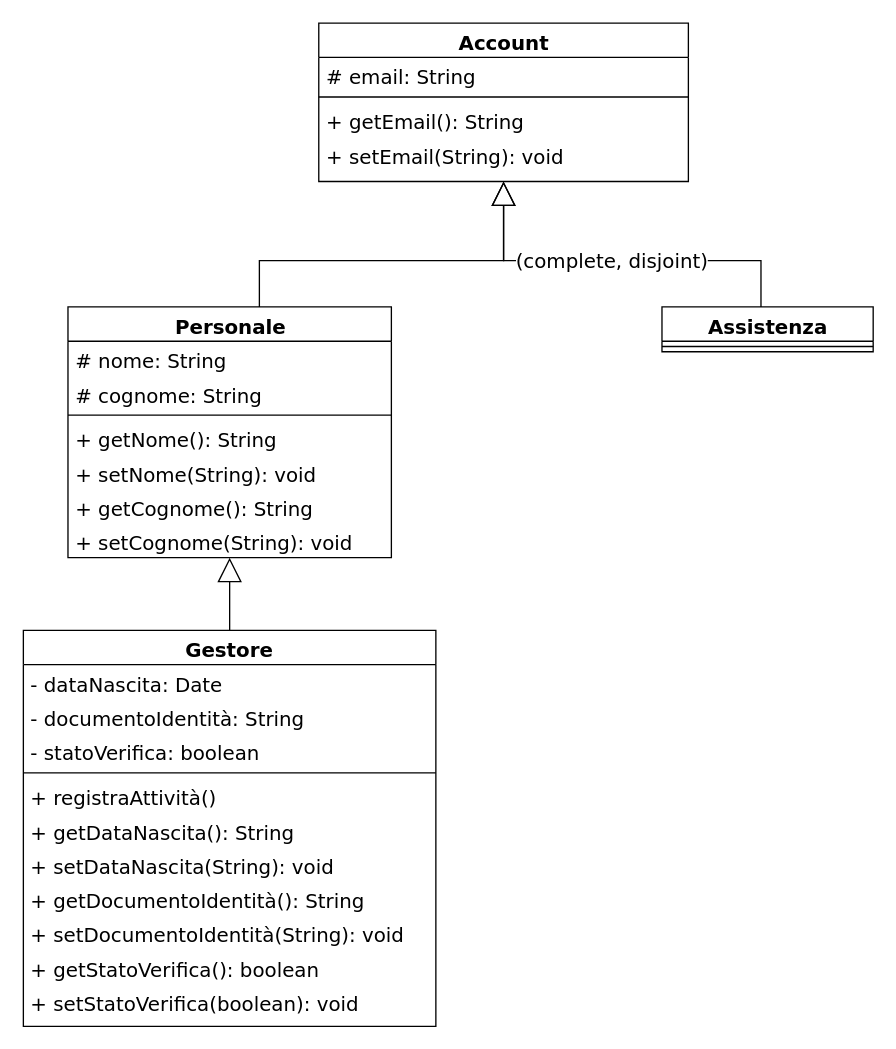
The draw.io diagram page "Account" (2 of 5) of dettaglioClassi.drawio in Marco-Burattoni/Progetto-ids, before the edit. Source tidied: cells renumbered, new cells numbered last; positions are measured from the earlier drawing's top-left corner, leaving out a move shared by most shapes. Both pictures are drawn from the tidied source at 132%, with x=0, y=0 at pixel (22, 22).
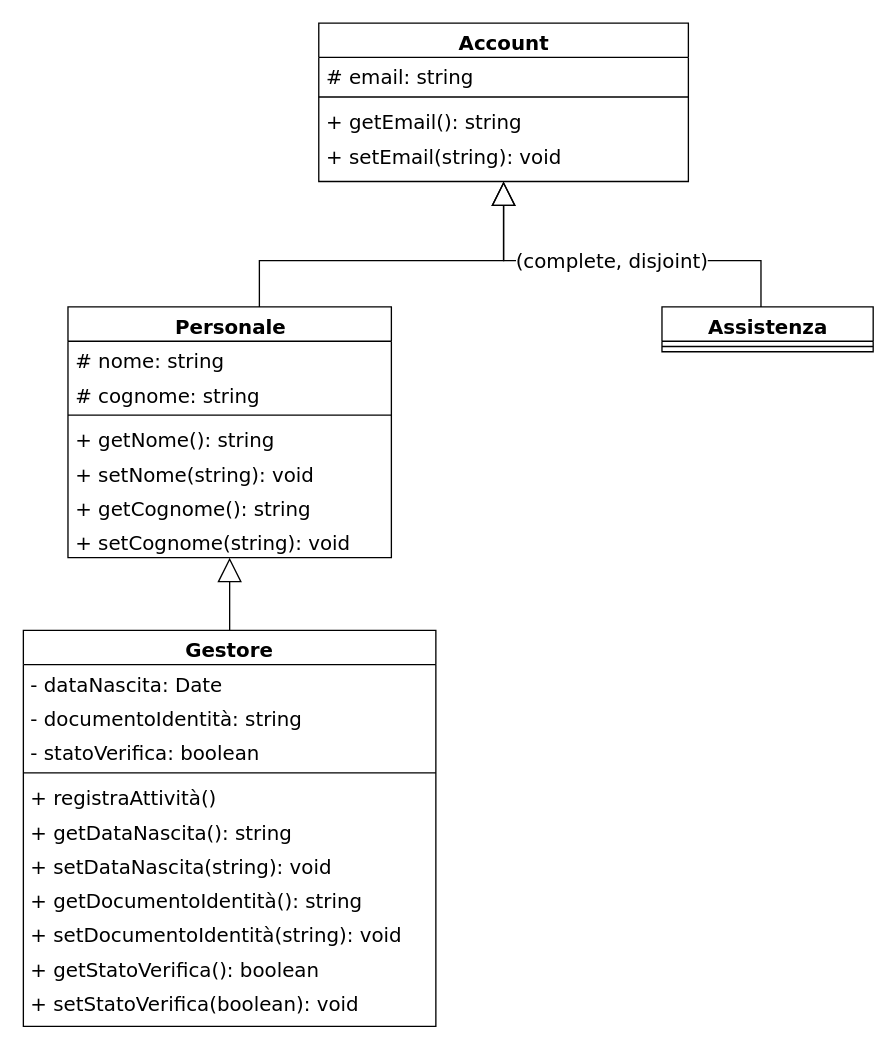
The same diagram, later.

The change refers to these unchanged cells:
```xml
<mxCell id="2" value="Personale" style="swimlane;html=1;fontStyle=1;align=center;verticalAlign=top;horizontal=1;startSize=26;swimlaneFillColor=#ffffff;rounded=0;shadow=0;comic=0;labelBackgroundColor=none;strokeWidth=1;fillColor=none;fontFamily=Verdana;fontSize=15;" parent="1" vertex="1">
  <mxGeometry x="34" y="215" width="245" height="190" as="geometry" />
</mxCell>
<mxCell id="10" value="Gestore" style="swimlane;html=1;fontStyle=1;align=center;verticalAlign=top;horizontal=1;startSize=26;swimlaneFillColor=#ffffff;rounded=0;shadow=0;comic=0;labelBackgroundColor=none;strokeWidth=1;fillColor=none;fontFamily=Verdana;fontSize=15;" parent="1" vertex="1">
  <mxGeometry x="0.2" y="460" width="312.5" height="300" as="geometry" />
</mxCell>
<mxCell id="22" value="Account" style="swimlane;html=1;fontStyle=1;align=center;verticalAlign=top;horizontal=1;startSize=26;swimlaneFillColor=#ffffff;rounded=0;shadow=0;comic=0;labelBackgroundColor=none;strokeWidth=1;fillColor=none;fontFamily=Verdana;fontSize=15;" parent="1" vertex="1">
  <mxGeometry x="224" width="280" height="120" as="geometry" />
</mxCell>
```

Diff of the diagram source:
```diff
@@
-    <mxCell id="3" value="# nome: String" style="text;html=1;strokeColor=none;fillColor=none;align=left;verticalAlign=top;spacingLeft=4;spacingRight=4;whiteSpace=wrap;overflow=hidden;fontSize=15;fontFamily=Verdana;" parent="2" vertex="1">
+    <mxCell id="3" value="# nome: string" style="text;html=1;strokeColor=none;fillColor=none;align=left;verticalAlign=top;spacingLeft=4;spacingRight=4;whiteSpace=wrap;overflow=hidden;fontSize=15;fontFamily=Verdana;" parent="2" vertex="1">
       <mxGeometry y="26" width="245" height="26" as="geometry" />
     </mxCell>
-    <mxCell id="4" value="# cognome: String" style="text;html=1;strokeColor=none;fillColor=none;align=left;verticalAlign=top;spacingLeft=4;spacingRight=4;whiteSpace=wrap;overflow=hidden;fontSize=15;fontFamily=Verdana;" parent="2" vertex="1">
+    <mxCell id="4" value="# cognome: string" style="text;html=1;strokeColor=none;fillColor=none;align=left;verticalAlign=top;spacingLeft=4;spacingRight=4;whiteSpace=wrap;overflow=hidden;fontSize=15;fontFamily=Verdana;" parent="2" vertex="1">
       <mxGeometry y="52" width="245" height="26" as="geometry" />
     </mxCell>
@@
-    <mxCell id="6" value="+ getNome(): String" style="text;html=1;strokeColor=none;fillColor=none;align=left;verticalAlign=top;spacingLeft=4;spacingRight=4;whiteSpace=wrap;overflow=hidden;fontSize=15;fontFamily=Verdana;" parent="2" vertex="1">
+    <mxCell id="6" value="+ getNome(): string" style="text;html=1;strokeColor=none;fillColor=none;align=left;verticalAlign=top;spacingLeft=4;spacingRight=4;whiteSpace=wrap;overflow=hidden;fontSize=15;fontFamily=Verdana;" parent="2" vertex="1">
       <mxGeometry y="86" width="245" height="26" as="geometry" />
     </mxCell>
-    <mxCell id="7" value="+ setNome(String): void" style="text;html=1;strokeColor=none;fillColor=none;align=left;verticalAlign=top;spacingLeft=4;spacingRight=4;whiteSpace=wrap;overflow=hidden;fontSize=15;fontFamily=Verdana;" parent="2" vertex="1">
+    <mxCell id="7" value="+ setNome(string): void" style="text;html=1;strokeColor=none;fillColor=none;align=left;verticalAlign=top;spacingLeft=4;spacingRight=4;whiteSpace=wrap;overflow=hidden;fontSize=15;fontFamily=Verdana;" parent="2" vertex="1">
       <mxGeometry y="112" width="245" height="26" as="geometry" />
     </mxCell>
-    <mxCell id="8" value="+ getCognome(): String" style="text;html=1;strokeColor=none;fillColor=none;align=left;verticalAlign=top;spacingLeft=4;spacingRight=4;whiteSpace=wrap;overflow=hidden;fontSize=15;fontFamily=Verdana;" parent="2" vertex="1">
+    <mxCell id="8" value="+ getCognome(): string" style="text;html=1;strokeColor=none;fillColor=none;align=left;verticalAlign=top;spacingLeft=4;spacingRight=4;whiteSpace=wrap;overflow=hidden;fontSize=15;fontFamily=Verdana;" parent="2" vertex="1">
       <mxGeometry y="138" width="245" height="26" as="geometry" />
     </mxCell>
-    <mxCell id="9" value="+ setCognome(String): void" style="text;html=1;strokeColor=none;fillColor=none;align=left;verticalAlign=top;spacingLeft=4;spacingRight=4;whiteSpace=wrap;overflow=hidden;fontSize=15;fontFamily=Verdana;" parent="2" vertex="1">
+    <mxCell id="9" value="+ setCognome(string): void" style="text;html=1;strokeColor=none;fillColor=none;align=left;verticalAlign=top;spacingLeft=4;spacingRight=4;whiteSpace=wrap;overflow=hidden;fontSize=15;fontFamily=Verdana;" parent="2" vertex="1">
       <mxGeometry y="164" width="245" height="26" as="geometry" />
     </mxCell>
@@
-    <mxCell id="12" value="- documentoIdentità: String" style="text;html=1;strokeColor=none;fillColor=none;align=left;verticalAlign=top;spacingLeft=4;spacingRight=4;whiteSpace=wrap;overflow=hidden;fontSize=15;fontFamily=Verdana;" parent="10" vertex="1">
+    <mxCell id="12" value="- documentoIdentità: string" style="text;html=1;strokeColor=none;fillColor=none;align=left;verticalAlign=top;spacingLeft=4;spacingRight=4;whiteSpace=wrap;overflow=hidden;fontSize=15;fontFamily=Verdana;" parent="10" vertex="1">
       <mxGeometry y="52" width="312.5" height="26" as="geometry" />
     </mxCell>
@@
-    <mxCell id="16" value="+ getDataNascita(): String" style="text;html=1;strokeColor=none;fillColor=none;align=left;verticalAlign=top;spacingLeft=4;spacingRight=4;whiteSpace=wrap;overflow=hidden;fontSize=15;fontFamily=Verdana;" parent="10" vertex="1">
+    <mxCell id="16" value="+ getDataNascita(): string" style="text;html=1;strokeColor=none;fillColor=none;align=left;verticalAlign=top;spacingLeft=4;spacingRight=4;whiteSpace=wrap;overflow=hidden;fontSize=15;fontFamily=Verdana;" parent="10" vertex="1">
       <mxGeometry y="138" width="312.5" height="26" as="geometry" />
     </mxCell>
-    <mxCell id="17" value="+ setDataNascita(String): void" style="text;html=1;strokeColor=none;fillColor=none;align=left;verticalAlign=top;spacingLeft=4;spacingRight=4;whiteSpace=wrap;overflow=hidden;fontSize=15;fontFamily=Verdana;" parent="10" vertex="1">
+    <mxCell id="17" value="+ setDataNascita(string): void" style="text;html=1;strokeColor=none;fillColor=none;align=left;verticalAlign=top;spacingLeft=4;spacingRight=4;whiteSpace=wrap;overflow=hidden;fontSize=15;fontFamily=Verdana;" parent="10" vertex="1">
       <mxGeometry y="164" width="312.5" height="26" as="geometry" />
     </mxCell>
-    <mxCell id="18" value="+ getDocumentoIdentità(): String" style="text;html=1;strokeColor=none;fillColor=none;align=left;verticalAlign=top;spacingLeft=4;spacingRight=4;whiteSpace=wrap;overflow=hidden;fontSize=15;fontFamily=Verdana;" parent="10" vertex="1">
+    <mxCell id="18" value="+ getDocumentoIdentità(): string" style="text;html=1;strokeColor=none;fillColor=none;align=left;verticalAlign=top;spacingLeft=4;spacingRight=4;whiteSpace=wrap;overflow=hidden;fontSize=15;fontFamily=Verdana;" parent="10" vertex="1">
       <mxGeometry y="190" width="312.5" height="26" as="geometry" />
     </mxCell>
-    <mxCell id="19" value="+ setDocumentoIdentità(String): void" style="text;html=1;strokeColor=none;fillColor=none;align=left;verticalAlign=top;spacingLeft=4;spacingRight=4;whiteSpace=wrap;overflow=hidden;fontSize=15;fontFamily=Verdana;" parent="10" vertex="1">
+    <mxCell id="19" value="+ setDocumentoIdentità(string): void" style="text;html=1;strokeColor=none;fillColor=none;align=left;verticalAlign=top;spacingLeft=4;spacingRight=4;whiteSpace=wrap;overflow=hidden;fontSize=15;fontFamily=Verdana;" parent="10" vertex="1">
       <mxGeometry y="216" width="312.5" height="26" as="geometry" />
     </mxCell>
@@
-    <mxCell id="23" value="# email: String" style="text;html=1;strokeColor=none;fillColor=none;align=left;verticalAlign=top;spacingLeft=4;spacingRight=4;whiteSpace=wrap;overflow=hidden;fontSize=15;fontFamily=Verdana;" parent="22" vertex="1">
+    <mxCell id="23" value="# email: string" style="text;html=1;strokeColor=none;fillColor=none;align=left;verticalAlign=top;spacingLeft=4;spacingRight=4;whiteSpace=wrap;overflow=hidden;fontSize=15;fontFamily=Verdana;" parent="22" vertex="1">
       <mxGeometry y="26" width="280" height="26" as="geometry" />
     </mxCell>
@@
-    <mxCell id="25" value="+ getEmail(): String" style="text;html=1;strokeColor=none;fillColor=none;align=left;verticalAlign=top;spacingLeft=4;spacingRight=4;whiteSpace=wrap;overflow=hidden;fontSize=15;fontFamily=Verdana;" parent="22" vertex="1">
+    <mxCell id="25" value="+ getEmail(): string" style="text;html=1;strokeColor=none;fillColor=none;align=left;verticalAlign=top;spacingLeft=4;spacingRight=4;whiteSpace=wrap;overflow=hidden;fontSize=15;fontFamily=Verdana;" parent="22" vertex="1">
       <mxGeometry y="60" width="280" height="26" as="geometry" />
     </mxCell>
-    <mxCell id="26" value="+ setEmail(String): void" style="text;html=1;strokeColor=none;fillColor=none;align=left;verticalAlign=top;spacingLeft=4;spacingRight=4;whiteSpace=wrap;overflow=hidden;fontSize=15;fontFamily=Verdana;" parent="22" vertex="1">
+    <mxCell id="26" value="+ setEmail(string): void" style="text;html=1;strokeColor=none;fillColor=none;align=left;verticalAlign=top;spacingLeft=4;spacingRight=4;whiteSpace=wrap;overflow=hidden;fontSize=15;fontFamily=Verdana;" parent="22" vertex="1">
       <mxGeometry y="86" width="280" height="26" as="geometry" />
     </mxCell>
```
